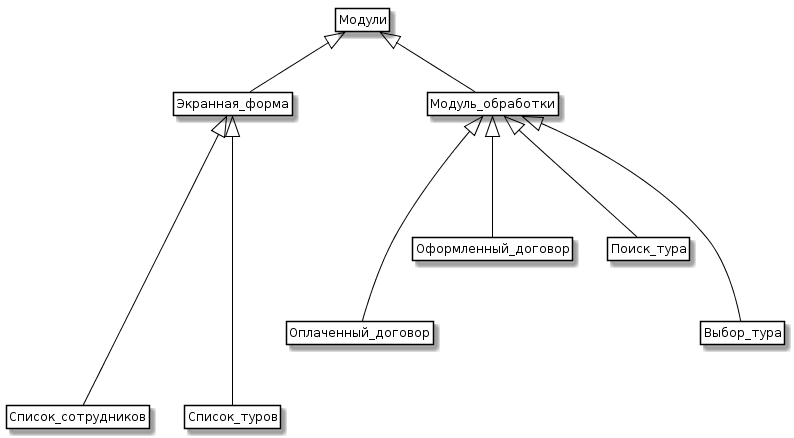
Earlier version of the PlantUML export modules.png (really562/prokofev.github.io).
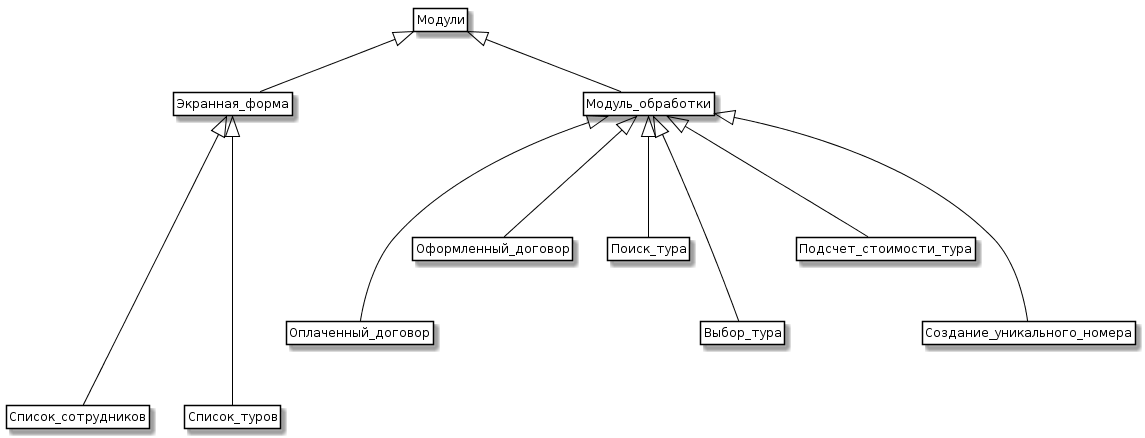
The same file after the commit.

Diff of the diagram source:
```diff
@@ -12,6 +12,8 @@
 class Список_туров
 class Поиск_тура
 class Выбор_тура
+class Подсчет_стоимости_тура
+class Создание_уникального_номера
 
 Экранная_форма <|----- Список_сотрудников
 Экранная_форма <|----- Список_туров
@@ -19,6 +21,8 @@
 Модуль_обработки <|---- Выбор_тура
 Модуль_обработки <|--- Оформленный_договор
 Модуль_обработки <|---- Оплаченный_договор
+Модуль_обработки <|--- Подсчет_стоимости_тура
+Модуль_обработки <|---- Создание_уникального_номера
 Модули <|-- Модуль_обработки
 Модули <|-- Экранная_форма
 
```
